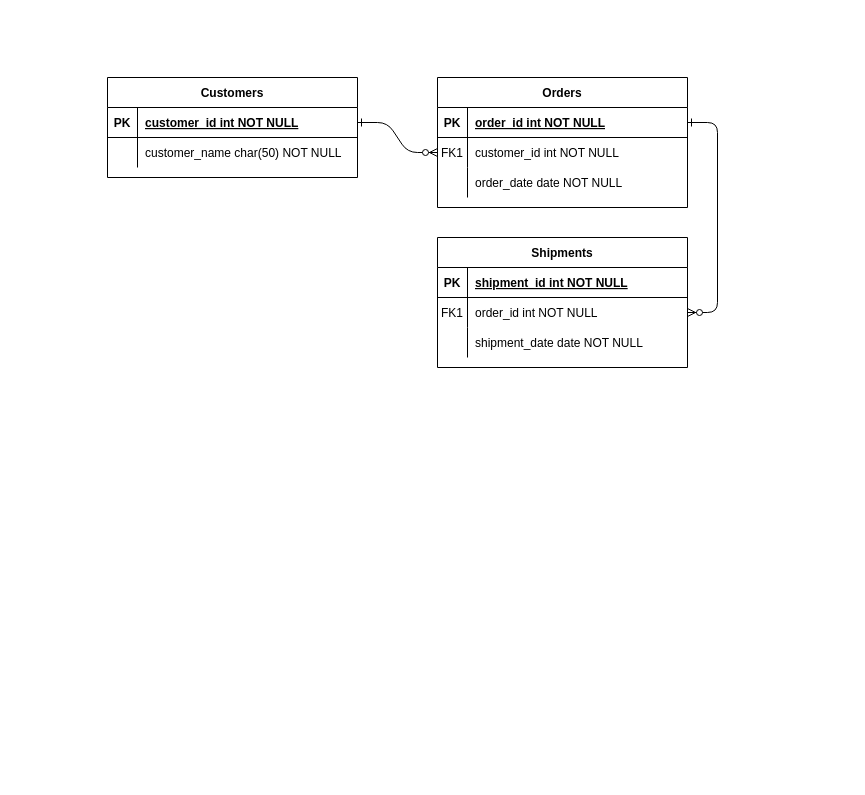
The draw.io diagram Untitled Diagram.drawio in ATrinidad84/Base_de_Datos, before the edit. Source tidied: cells renumbered, new cells numbered last; positions are measured from the earlier drawing's top-left corner, leaving out a move shared by most shapes. Both pictures are drawn from the tidied source at 100%, with x=0, y=0 at pixel (107, 77).
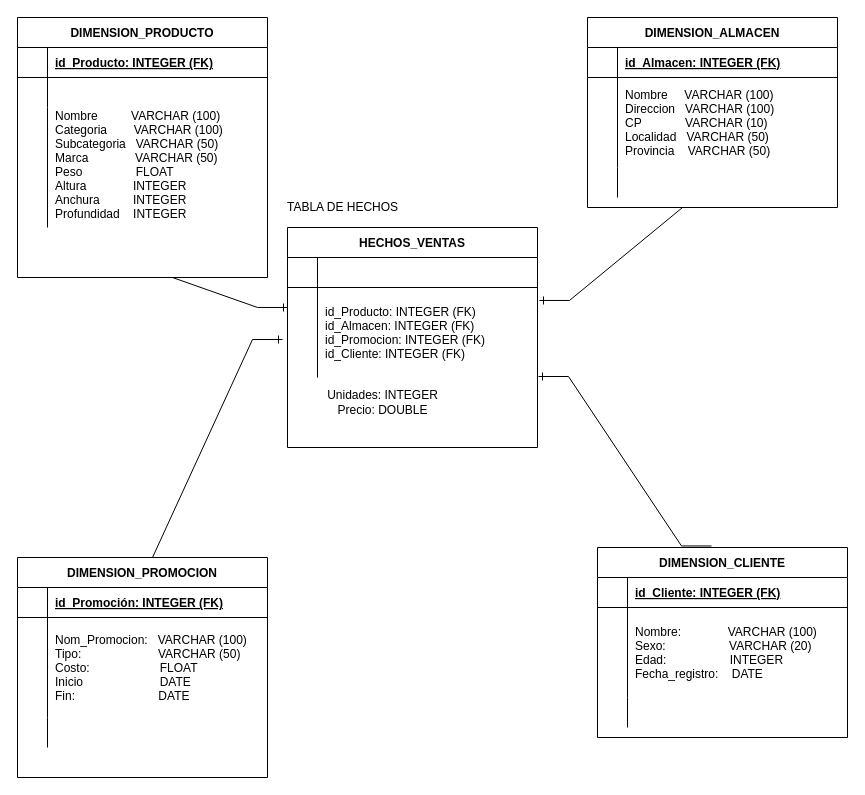
Above is the later version.

Unchanged cells that the change refers to:
```xml
<mxCell id="5" style="shape=partialRectangle;fillColor=none;points=[[0,0.5],[1,0.5]];portConstraint=eastwest;top=0;left=0;right=0;bottom=1;" parent="4" vertex="1">
  <mxGeometry y="30" width="250" height="30" as="geometry" />
</mxCell>
<mxCell id="15" style="shape=partialRectangle;fillColor=none;top=0;left=0;right=0;bottom=1;" parent="14" vertex="1">
  <mxGeometry y="30" width="250" height="30" as="geometry" />
</mxCell>
<mxCell id="25" style="shape=partialRectangle;fillColor=none;points=[[0,0.5],[1,0.5]];portConstraint=eastwest;top=0;left=0;right=0;bottom=1;" parent="24" vertex="1">
  <mxGeometry y="30" width="250" height="30" as="geometry" />
</mxCell>
```

Diff of the diagram source:
```diff
@@
-    <mxCell id="2" style="edgeStyle=entityRelationEdgeStyle;endArrow=ERzeroToMany;startArrow=ERone;endFill=1;startFill=0;" parent="1" edge="1" source="25" target="8">
-      <mxGeometry relative="1" as="geometry" />
-    </mxCell>
-    <mxCell id="3" style="edgeStyle=entityRelationEdgeStyle;endArrow=ERzeroToMany;startArrow=ERone;endFill=1;startFill=0;" parent="1" edge="1" source="5" target="18">
-      <mxGeometry relative="1" as="geometry" />
-    </mxCell>
-    <mxCell id="4" value="Orders" style="shape=table;startSize=30;childLayout=tableLayout;rowLines=0;fontStyle=1;align=center;" parent="1" vertex="1">
-      <mxGeometry x="330" width="250" height="130" as="geometry" />
+    <mxCell id="4" value="DIMENSION_PRODUCTO" style="shape=table;startSize=30;childLayout=tableLayout;rowLines=0;fontStyle=1;align=center;" parent="1" vertex="1">
+      <mxGeometry x="-90" y="-60" width="250" height="260" as="geometry" />
     </mxCell>
@@
-    <mxCell id="6" value="PK" style="shape=partialRectangle;overflow=hidden;fillColor=none;top=0;left=0;bottom=0;right=0;fontStyle=1;" parent="5" vertex="1">
+    <mxCell id="6" style="shape=partialRectangle;overflow=hidden;fillColor=none;top=0;left=0;bottom=0;right=0;fontStyle=1;" parent="5" vertex="1">
       <mxGeometry width="30" height="30" as="geometry" />
     </mxCell>
-    <mxCell id="7" value="order_id int NOT NULL " style="shape=partialRectangle;overflow=hidden;fillColor=none;top=0;left=0;bottom=0;right=0;align=left;spacingLeft=6;fontStyle=5;" parent="5" vertex="1">
+    <mxCell id="7" value="id_Producto: INTEGER (FK)" style="shape=partialRectangle;overflow=hidden;fillColor=none;top=0;left=0;bottom=0;right=0;align=left;spacingLeft=6;fontStyle=5;" parent="5" vertex="1">
       <mxGeometry x="30" width="220" height="30" as="geometry" />
     </mxCell>
+    <mxCell id="11" style="shape=partialRectangle;fillColor=none;top=0;left=0;right=0;bottom=0;" parent="4" vertex="1">
+      <mxGeometry y="60" width="250" height="30" as="geometry" />
+    </mxCell>
+    <mxCell id="12" style="shape=partialRectangle;overflow=hidden;fillColor=none;top=0;left=0;bottom=0;right=0;" parent="11" vertex="1">
+      <mxGeometry width="30" height="30" as="geometry" />
+    </mxCell>
+    <mxCell id="13" style="shape=partialRectangle;overflow=hidden;fillColor=none;top=0;left=0;bottom=0;right=0;align=left;spacingLeft=6;" parent="11" vertex="1">
+      <mxGeometry x="30" width="220" height="30" as="geometry" />
+    </mxCell>
     <mxCell id="8" style="shape=partialRectangle;fillColor=none;points=[[0,0.5],[1,0.5]];portConstraint=eastwest;top=0;left=0;right=0;bottom=0;" parent="4" vertex="1">
-      <mxGeometry y="60" width="250" height="30" as="geometry" />
+      <mxGeometry y="90" width="250" height="120" as="geometry" />
     </mxCell>
-    <mxCell id="9" value="FK1" style="shape=partialRectangle;overflow=hidden;fillColor=none;top=0;left=0;bottom=0;right=0;" parent="8" vertex="1">
-      <mxGeometry width="30" height="30" as="geometry" />
+    <mxCell id="9" style="shape=partialRectangle;overflow=hidden;fillColor=none;top=0;left=0;bottom=0;right=0;" parent="8" vertex="1">
+      <mxGeometry width="30" height="120" as="geometry" />
     </mxCell>
-    <mxCell id="10" value="customer_id int NOT NULL" style="shape=partialRectangle;overflow=hidden;fillColor=none;top=0;left=0;bottom=0;right=0;align=left;spacingLeft=6;" parent="8" vertex="1">
-      <mxGeometry x="30" width="220" height="30" as="geometry" />
+    <mxCell id="10" value="Nombre           VARCHAR (100)&#10;Categoria        VARCHAR (100)&#10;Subcategoria   VARCHAR (50)&#10;Marca              VARCHAR (50)&#10;Peso                FLOAT&#10;Altura              INTEGER&#10;Anchura          INTEGER&#10;Profundidad    INTEGER&#10;" style="shape=partialRectangle;overflow=hidden;fillColor=none;top=0;left=0;bottom=0;right=0;align=left;spacingLeft=6;" parent="8" vertex="1">
+      <mxGeometry x="30" width="220" height="120" as="geometry" />
     </mxCell>
-    <mxCell id="11" style="shape=partialRectangle;fillColor=none;top=0;left=0;right=0;bottom=0;" parent="4" vertex="1">
-      <mxGeometry y="90" width="250" height="30" as="geometry" />
-    </mxCell>
-    <mxCell id="12" style="shape=partialRectangle;overflow=hidden;fillColor=none;top=0;left=0;bottom=0;right=0;" parent="11" vertex="1">
-      <mxGeometry width="30" height="30" as="geometry" />
-    </mxCell>
-    <mxCell id="13" value="order_date date NOT NULL" style="shape=partialRectangle;overflow=hidden;fillColor=none;top=0;left=0;bottom=0;right=0;align=left;spacingLeft=6;" parent="11" vertex="1">
-      <mxGeometry x="30" width="220" height="30" as="geometry" />
-    </mxCell>
-    <mxCell id="14" value="Shipments" style="shape=table;startSize=30;childLayout=tableLayout;rowLines=0;fontStyle=1;align=center;" parent="1" vertex="1">
-      <mxGeometry x="330" y="160" width="250" height="130" as="geometry" />
+    <mxCell id="14" value="DIMENSION_ALMACEN" style="shape=table;startSize=30;childLayout=tableLayout;rowLines=0;fontStyle=1;align=center;" parent="1" vertex="1">
+      <mxGeometry x="480" y="-60" width="250" height="190" as="geometry" />
     </mxCell>
@@
-    <mxCell id="16" value="PK" style="shape=partialRectangle;overflow=hidden;fillColor=none;top=0;left=0;bottom=0;right=0;fontStyle=1;" parent="15" vertex="1">
+    <mxCell id="16" style="shape=partialRectangle;overflow=hidden;fillColor=none;top=0;left=0;bottom=0;right=0;fontStyle=1;" parent="15" vertex="1">
       <mxGeometry width="30" height="30" as="geometry" />
     </mxCell>
-    <mxCell id="17" value="shipment_id int NOT NULL " style="shape=partialRectangle;overflow=hidden;fillColor=none;top=0;left=0;bottom=0;right=0;align=left;spacingLeft=6;fontStyle=5;" parent="15" vertex="1">
+    <mxCell id="17" value="id_Almacen: INTEGER (FK)" style="shape=partialRectangle;overflow=hidden;fillColor=none;top=0;left=0;bottom=0;right=0;align=left;spacingLeft=6;fontStyle=5;" parent="15" vertex="1">
       <mxGeometry x="30" width="220" height="30" as="geometry" />
     </mxCell>
     <mxCell id="18" style="shape=partialRectangle;fillColor=none;points=[[0,0.5],[1,0.5]];portConstraint=eastwest;top=0;left=0;right=0;bottom=0;" parent="14" vertex="1">
-      <mxGeometry y="60" width="250" height="30" as="geometry" />
+      <mxGeometry y="60" width="250" height="90" as="geometry" />
     </mxCell>
-    <mxCell id="19" value="FK1" style="shape=partialRectangle;overflow=hidden;fillColor=none;top=0;left=0;bottom=0;right=0;" parent="18" vertex="1">
-      <mxGeometry width="30" height="30" as="geometry" />
+    <mxCell id="19" style="shape=partialRectangle;overflow=hidden;fillColor=none;top=0;left=0;bottom=0;right=0;" parent="18" vertex="1">
+      <mxGeometry width="30" height="90" as="geometry" />
     </mxCell>
-    <mxCell id="20" value="order_id int NOT NULL" style="shape=partialRectangle;overflow=hidden;fillColor=none;top=0;left=0;bottom=0;right=0;align=left;spacingLeft=6;" parent="18" vertex="1">
-      <mxGeometry x="30" width="220" height="30" as="geometry" />
+    <mxCell id="20" value="Nombre     VARCHAR (100)&#10;Direccion   VARCHAR (100)&#10;CP             VARCHAR (10)&#10;Localidad   VARCHAR (50)&#10;Provincia    VARCHAR (50)  " style="shape=partialRectangle;overflow=hidden;fillColor=none;top=0;left=0;bottom=0;right=0;align=left;spacingLeft=6;" parent="18" vertex="1">
+      <mxGeometry x="30" width="220" height="90" as="geometry" />
     </mxCell>
     <mxCell id="21" style="shape=partialRectangle;fillColor=none;top=0;left=0;right=0;bottom=0;" parent="14" vertex="1">
-      <mxGeometry y="90" width="250" height="30" as="geometry" />
+      <mxGeometry y="150" width="250" height="30" as="geometry" />
     </mxCell>
@@
-    <mxCell id="23" value="shipment_date date NOT NULL" style="shape=partialRectangle;overflow=hidden;fillColor=none;top=0;left=0;bottom=0;right=0;align=left;spacingLeft=6;" parent="21" vertex="1">
+    <mxCell id="23" style="shape=partialRectangle;overflow=hidden;fillColor=none;top=0;left=0;bottom=0;right=0;align=left;spacingLeft=6;" parent="21" vertex="1">
       <mxGeometry x="30" width="220" height="30" as="geometry" />
     </mxCell>
-    <mxCell id="24" value="Customers" style="shape=table;startSize=30;childLayout=tableLayout;rowLines=0;fontStyle=1;align=center;" parent="1" vertex="1">
-      <mxGeometry width="250" height="100" as="geometry" />
+    <mxCell id="24" value="HECHOS_VENTAS" style="shape=table;startSize=30;childLayout=tableLayout;rowLines=0;fontStyle=1;align=center;" parent="1" vertex="1">
+      <mxGeometry x="180" y="150" width="250" height="220" as="geometry" />
     </mxCell>
@@
-    <mxCell id="26" value="PK" style="shape=partialRectangle;overflow=hidden;fillColor=none;top=0;left=0;bottom=0;right=0;fontStyle=1;" parent="25" vertex="1">
+    <mxCell id="26" style="shape=partialRectangle;overflow=hidden;fillColor=none;top=0;left=0;bottom=0;right=0;fontStyle=1;" parent="25" vertex="1">
       <mxGeometry width="30" height="30" as="geometry" />
     </mxCell>
-    <mxCell id="27" value="customer_id int NOT NULL " style="shape=partialRectangle;overflow=hidden;fillColor=none;top=0;left=0;bottom=0;right=0;align=left;spacingLeft=6;fontStyle=5;" parent="25" vertex="1">
+    <mxCell id="27" style="shape=partialRectangle;overflow=hidden;fillColor=none;top=0;left=0;bottom=0;right=0;align=left;spacingLeft=6;fontStyle=5;" parent="25" vertex="1">
       <mxGeometry x="30" width="220" height="30" as="geometry" />
     </mxCell>
     <mxCell id="28" style="shape=partialRectangle;fillColor=none;points=[[0,0.5],[1,0.5]];portConstraint=eastwest;top=0;left=0;right=0;bottom=0;" parent="24" vertex="1">
-      <mxGeometry y="60" width="250" height="30" as="geometry" />
+      <mxGeometry y="60" width="250" height="90" as="geometry" />
     </mxCell>
     <mxCell id="29" style="shape=partialRectangle;overflow=hidden;fillColor=none;top=0;left=0;bottom=0;right=0;" parent="28" vertex="1">
-      <mxGeometry width="30" height="30" as="geometry" />
+      <mxGeometry width="30" height="90" as="geometry" />
     </mxCell>
-    <mxCell id="30" value="customer_name char(50) NOT NULL" style="shape=partialRectangle;overflow=hidden;fillColor=none;top=0;left=0;bottom=0;right=0;align=left;spacingLeft=6;" parent="28" vertex="1">
-      <mxGeometry x="30" width="220" height="30" as="geometry" />
+    <mxCell id="30" value="id_Producto: INTEGER (FK)&#10;id_Almacen: INTEGER (FK)&#10;id_Promocion: INTEGER (FK)&#10;id_Cliente: INTEGER (FK)" style="shape=partialRectangle;overflow=hidden;fillColor=none;top=0;left=0;bottom=0;right=0;align=left;spacingLeft=6;" parent="28" vertex="1">
+      <mxGeometry x="30" width="220" height="90" as="geometry" />
     </mxCell>
+    <mxCell id="31" value="Unidades: INTEGER&lt;br&gt;Precio: DOUBLE" style="text;html=1;align=center;verticalAlign=middle;strokeColor=none;fillColor=none;" parent="1" vertex="1">
+      <mxGeometry x="210" y="310" width="130" height="30" as="geometry" />
+    </mxCell>
+    <mxCell id="32" value="DIMENSION_PROMOCION" style="shape=table;startSize=30;childLayout=tableLayout;rowLines=0;fontStyle=1;align=center;" parent="1" vertex="1">
+      <mxGeometry x="-90" y="480" width="250" height="220" as="geometry" />
+    </mxCell>
+    <mxCell id="33" style="shape=partialRectangle;fillColor=none;top=0;left=0;right=0;bottom=1;" parent="32" vertex="1">
+      <mxGeometry y="30" width="250" height="30" as="geometry" />
+    </mxCell>
+    <mxCell id="34" style="shape=partialRectangle;overflow=hidden;fillColor=none;top=0;left=0;bottom=0;right=0;fontStyle=1;" parent="33" vertex="1">
+      <mxGeometry width="30" height="30" as="geometry" />
+    </mxCell>
+    <mxCell id="35" value="id_Promoción: INTEGER (FK)" style="shape=partialRectangle;overflow=hidden;fillColor=none;top=0;left=0;bottom=0;right=0;align=left;spacingLeft=6;fontStyle=5;" parent="33" vertex="1">
+      <mxGeometry x="30" width="220" height="30" as="geometry" />
+    </mxCell>
+    <mxCell id="36" style="shape=partialRectangle;fillColor=none;top=0;left=0;right=0;bottom=0;" parent="32" vertex="1">
+      <mxGeometry y="60" width="250" height="100" as="geometry" />
+    </mxCell>
+    <mxCell id="37" style="shape=partialRectangle;overflow=hidden;fillColor=none;top=0;left=0;bottom=0;right=0;" parent="36" vertex="1">
+      <mxGeometry width="30" height="100" as="geometry" />
+    </mxCell>
+    <mxCell id="38" value="Nom_Promocion:   VARCHAR (100)&#10;Tipo:                       VARCHAR (50)&#10;Costo:                     FLOAT &#10;Inicio                       DATE&#10;Fin:                         DATE" style="shape=partialRectangle;overflow=hidden;fillColor=none;top=0;left=0;bottom=0;right=0;align=left;spacingLeft=6;" parent="36" vertex="1">
+      <mxGeometry x="30" width="220" height="100" as="geometry" />
+    </mxCell>
+    <mxCell id="39" style="shape=partialRectangle;fillColor=none;top=0;left=0;right=0;bottom=0;" parent="32" vertex="1">
+      <mxGeometry y="160" width="250" height="30" as="geometry" />
+    </mxCell>
+    <mxCell id="40" style="shape=partialRectangle;overflow=hidden;fillColor=none;top=0;left=0;bottom=0;right=0;" parent="39" vertex="1">
+      <mxGeometry width="30" height="30" as="geometry" />
+    </mxCell>
+    <mxCell id="41" style="shape=partialRectangle;overflow=hidden;fillColor=none;top=0;left=0;bottom=0;right=0;align=left;spacingLeft=6;" parent="39" vertex="1">
+      <mxGeometry x="30" width="220" height="30" as="geometry" />
+    </mxCell>
+    <mxCell id="42" value="DIMENSION_CLIENTE" style="shape=table;startSize=30;childLayout=tableLayout;rowLines=0;fontStyle=1;align=center;" parent="1" vertex="1">
+      <mxGeometry x="490" y="470" width="250" height="190" as="geometry" />
+    </mxCell>
+    <mxCell id="43" style="shape=partialRectangle;fillColor=none;top=0;left=0;right=0;bottom=1;" parent="42" vertex="1">
+      <mxGeometry y="30" width="250" height="30" as="geometry" />
+    </mxCell>
+    <mxCell id="44" style="shape=partialRectangle;overflow=hidden;fillColor=none;top=0;left=0;bottom=0;right=0;fontStyle=1;" parent="43" vertex="1">
+      <mxGeometry width="30" height="30" as="geometry" />
+    </mxCell>
+    <mxCell id="45" value="id_Cliente: INTEGER (FK)" style="shape=partialRectangle;overflow=hidden;fillColor=none;top=0;left=0;bottom=0;right=0;align=left;spacingLeft=6;fontStyle=5;" parent="43" vertex="1">
+      <mxGeometry x="30" width="220" height="30" as="geometry" />
+    </mxCell>
+    <mxCell id="46" style="shape=partialRectangle;fillColor=none;top=0;left=0;right=0;bottom=0;" parent="42" vertex="1">
+      <mxGeometry y="60" width="250" height="90" as="geometry" />
+    </mxCell>
+    <mxCell id="47" style="shape=partialRectangle;overflow=hidden;fillColor=none;top=0;left=0;bottom=0;right=0;" parent="46" vertex="1">
+      <mxGeometry width="30" height="90" as="geometry" />
+    </mxCell>
+    <mxCell id="48" value="Nombre:              VARCHAR (100)&#10;Sexo:                   VARCHAR (20)&#10;Edad:                   INTEGER&#10;Fecha_registro:    DATE" style="shape=partialRectangle;overflow=hidden;fillColor=none;top=0;left=0;bottom=0;right=0;align=left;spacingLeft=6;" parent="46" vertex="1">
+      <mxGeometry x="30" width="220" height="90" as="geometry" />
+    </mxCell>
+    <mxCell id="49" style="shape=partialRectangle;fillColor=none;top=0;left=0;right=0;bottom=0;" parent="42" vertex="1">
+      <mxGeometry y="150" width="250" height="30" as="geometry" />
+    </mxCell>
+    <mxCell id="50" style="shape=partialRectangle;overflow=hidden;fillColor=none;top=0;left=0;bottom=0;right=0;" parent="49" vertex="1">
+      <mxGeometry width="30" height="30" as="geometry" />
+    </mxCell>
+    <mxCell id="51" style="shape=partialRectangle;overflow=hidden;fillColor=none;top=0;left=0;bottom=0;right=0;align=left;spacingLeft=6;" parent="49" vertex="1">
+      <mxGeometry x="30" width="220" height="30" as="geometry" />
+    </mxCell>
+    <mxCell id="52" value="TABLA DE HECHOS" style="text;html=1;align=center;verticalAlign=middle;strokeColor=none;fillColor=none;" parent="1" vertex="1">
+      <mxGeometry x="170" y="120" width="130" height="20" as="geometry" />
+    </mxCell>
+    <mxCell id="53" style="edgeStyle=entityRelationEdgeStyle;fontSize=12;html=1;endArrow=ERone;endFill=1;rounded=0;exitX=0.42;exitY=0;exitDx=0;exitDy=0;exitPerimeter=0;entryX=-0.02;entryY=0.578;entryDx=0;entryDy=0;entryPerimeter=0;" parent="1" edge="1" source="32" target="28">
+      <mxGeometry relative="1" as="geometry" />
+    </mxCell>
+    <mxCell id="54" style="edgeStyle=entityRelationEdgeStyle;fontSize=12;html=1;endArrow=ERone;endFill=1;rounded=0;entryX=0;entryY=0.222;entryDx=0;entryDy=0;entryPerimeter=0;exitX=0.5;exitY=1;exitDx=0;exitDy=0;" parent="1" edge="1" source="4" target="28">
+      <mxGeometry relative="1" as="geometry" />
+    </mxCell>
+    <mxCell id="55" style="edgeStyle=entityRelationEdgeStyle;fontSize=12;html=1;endArrow=ERone;endFill=1;rounded=0;exitX=0.5;exitY=1;exitDx=0;exitDy=0;entryX=1.008;entryY=0.144;entryDx=0;entryDy=0;entryPerimeter=0;" parent="1" edge="1" source="14" target="28">
+      <mxGeometry relative="1" as="geometry" />
+    </mxCell>
+    <mxCell id="56" style="edgeStyle=entityRelationEdgeStyle;fontSize=12;html=1;endArrow=ERone;endFill=1;rounded=0;exitX=0.456;exitY=-0.008;exitDx=0;exitDy=0;exitPerimeter=0;entryX=1.004;entryY=0.989;entryDx=0;entryDy=0;entryPerimeter=0;" parent="1" edge="1" source="42" target="28">
+      <mxGeometry relative="1" as="geometry" />
+    </mxCell>
```
